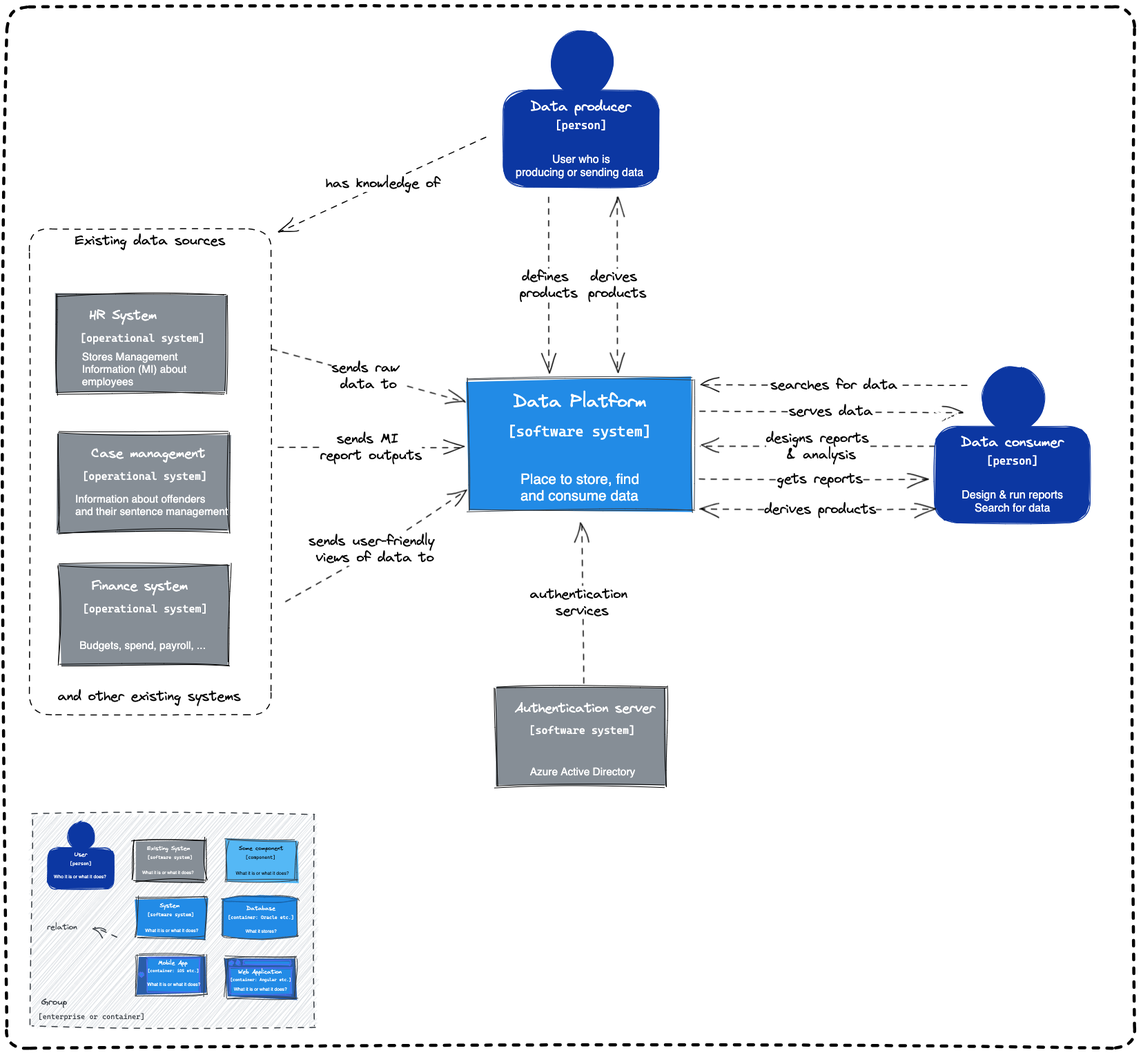
This is docs/source/documentation/diagrams/c4-model-level1.excalidraw.png from ministryofjustice/analytical-platform, a Excalidraw export, as it was before one commit. Source tidied: one line per element, renumbered; positions are measured from the earlier drawing's top-left corner, leaving out a move shared by most shapes.
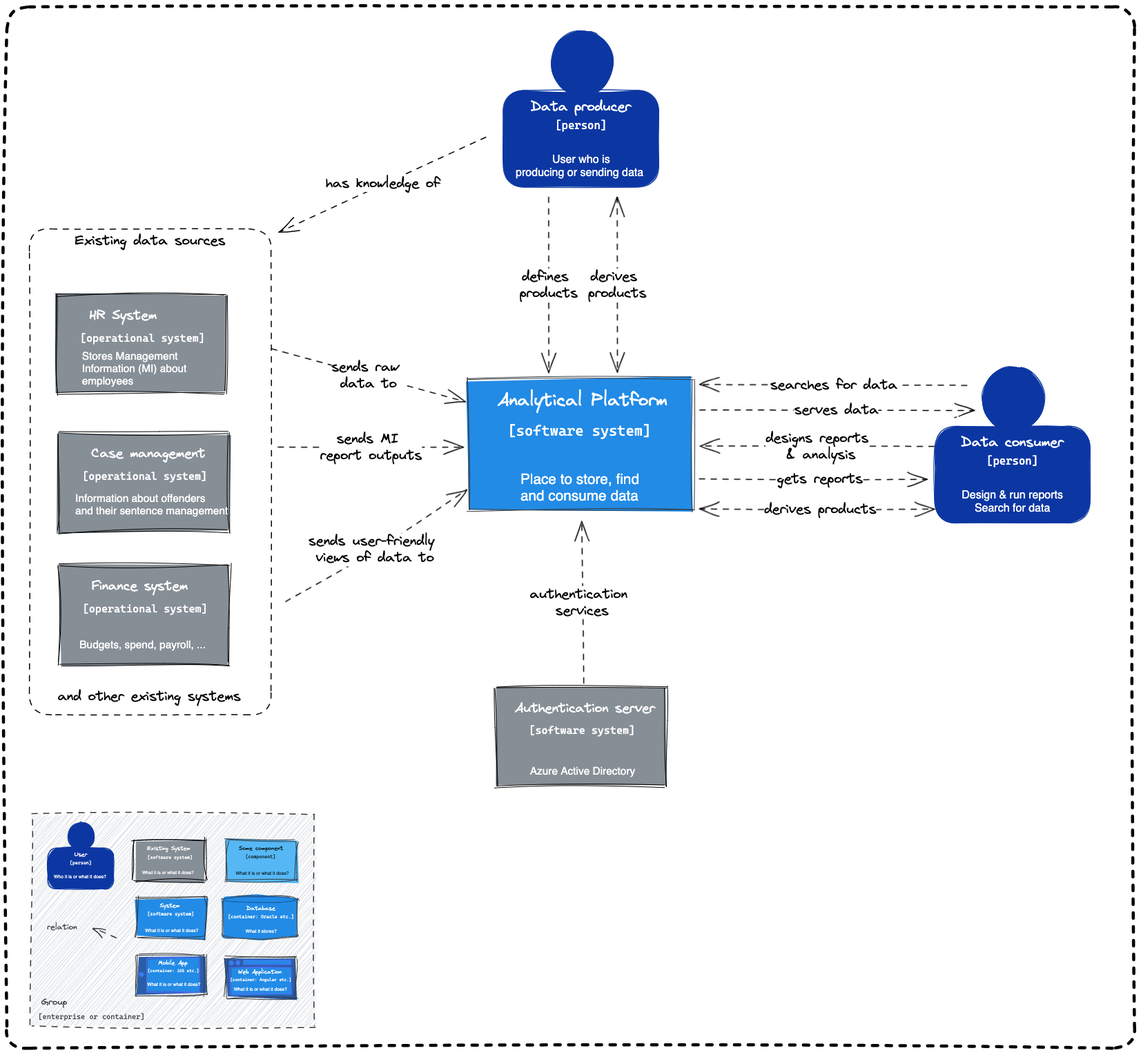
Later version of the same file.

Diff of the diagram source:
```diff
@@ -40,7 +40,7 @@
 {"id": 39, "type": "text", "text": "[person]", "strokeColor": "#fff", "backgroundColor": "#0c37a2", "fillStyle": "solid", "strokeWidth": 1, "roughness": 1, "fontSize": 6.78, "fontFamily": 3, "textAlign": "center", "x": 91, "y": 1236, "width": 32, "height": 8}
 {"id": 40, "type": "text", "text": "Who it is or what it does? ", "strokeColor": "#fff", "backgroundColor": "#0c37a2", "fillStyle": "solid", "strokeWidth": 1, "roughness": 1, "fontSize": 6.78, "fontFamily": 2, "textAlign": "center", "x": 68, "y": 1256, "width": 78, "height": 8}
 {"id": 41, "type": "rectangle", "strokeColor": "#343a40", "backgroundColor": "#228be6", "fillStyle": "solid", "strokeWidth": 1, "roughness": 2, "x": 669, "y": 539, "width": 326, "height": 190}
-{"id": 42, "type": "text", "text": "Data Platform", "strokeColor": "#fff", "backgroundColor": "#55b8f5", "fillStyle": "solid", "strokeWidth": 1, "roughness": 1, "fontSize": 25.95, "fontFamily": 1, "x": 734, "y": 557, "width": 193, "height": 30}
+{"id": 42, "type": "text", "text": "Analytical Platform", "strokeColor": "#fff", "backgroundColor": "#55b8f5", "fillStyle": "solid", "strokeWidth": 1, "roughness": 1, "fontSize": 25.95, "fontFamily": 1, "x": 711, "y": 555, "width": 246, "height": 30}
 {"id": 43, "type": "text", "text": "[software system]", "strokeColor": "#fff", "backgroundColor": "#55b8f5", "fillStyle": "solid", "strokeWidth": 1, "roughness": 1, "fontSize": 20.83, "fontFamily": 3, "textAlign": "center", "x": 726, "y": 602, "width": 207, "height": 24}
 {"id": 44, "type": "text", "text": "Place to store, find \nand consume data", "strokeColor": "#fff", "backgroundColor": "#55b8f5", "fillStyle": "solid", "strokeWidth": 1, "roughness": 1, "fontSize": 20.78, "fontFamily": 2, "x": 744, "y": 672, "width": 178, "height": 48}
 {"id": 45, "type": "rectangle", "strokeColor": "#000000", "backgroundColor": "#868e96", "fillStyle": "solid", "strokeWidth": 1, "roughness": 2, "x": 75, "y": 618, "width": 245, "height": 143}
@@ -48,7 +48,7 @@
 {"id": 47, "type": "text", "text": "[operational system]", "strokeColor": "#fff", "backgroundColor": "#55b8f5", "fillStyle": "solid", "strokeWidth": 1, "roughness": 1, "fontSize": 15.43, "fontFamily": 3, "textAlign": "center", "x": 109, "y": 670, "width": 181, "height": 18}
 {"id": 48, "type": "arrow", "strokeColor": "#000000", "strokeWidth": 1, "strokeStyle": "dashed", "roughness": 1, "endArrowhead": "arrow", "round": true, "from": 53, "to": 84, "x": 695, "y": 189, "width": 301, "height": 136, "points": [[0, 0], [-301, 136]]}
 {"id": 49, "type": "text", "text": "has knowledge of", "strokeColor": "#000000", "strokeWidth": 1, "strokeStyle": "dashed", "roughness": 1, "fontSize": 20, "fontFamily": 1, "textAlign": "center", "verticalAlign": "middle", "inside": 48, "x": 462, "y": 244, "width": 166, "height": 24}
-{"id": 50, "type": "arrow", "strokeColor": "#000000", "strokeWidth": 1, "strokeStyle": "dashed", "roughness": 1, "endArrowhead": "arrow", "round": true, "from": 53, "to": 41, "x": 785, "y": 276, "width": 0, "height": 255, "points": [[0, 0], [0, 255]]}
+{"id": 50, "type": "arrow", "strokeColor": "#000000", "strokeWidth": 1, "strokeStyle": "dashed", "roughness": 1, "endArrowhead": "arrow", "round": true, "from": 53, "to": 41, "x": 785, "y": 276, "width": 0, "height": 254, "points": [[0, 0], [0, 254]]}
 {"id": 51, "type": "text", "text": "defines \nproducts", "strokeColor": "#000000", "strokeWidth": 1, "strokeStyle": "dashed", "roughness": 1, "fontSize": 20, "fontFamily": 1, "textAlign": "center", "verticalAlign": "middle", "inside": 50, "x": 745, "y": 376, "width": 84, "height": 48}
 {"id": 52, "type": "ellipse", "strokeColor": "#0c37a2", "backgroundColor": "#0c37a2", "fillStyle": "solid", "strokeWidth": 1, "roughness": 1, "x": 788, "y": 34, "width": 90, "height": 95}
 {"id": 53, "type": "rectangle", "strokeColor": "#0c37a2", "backgroundColor": "#0c37a2", "fillStyle": "solid", "strokeWidth": 1, "roughness": 1, "round": true, "x": 719, "y": 121, "width": 225, "height": 140}
@@ -67,18 +67,18 @@
 {"id": 66, "type": "text", "text": "sends MI \nreport outputs", "strokeColor": "#000000", "strokeWidth": 1, "roughness": 1, "fontSize": 20, "fontFamily": 1, "textAlign": "center", "verticalAlign": "middle", "inside": 65, "x": 454, "y": 618, "width": 147, "height": 48}
 {"id": 67, "type": "arrow", "strokeColor": "#000000", "strokeWidth": 1, "strokeStyle": "dashed", "roughness": 1, "endArrowhead": "arrow", "round": true, "from": 84, "to": 41, "x": 404, "y": 861, "width": 260, "height": 162, "points": [[0, 0], [129, -75], [260, -162]]}
 {"id": 68, "type": "text", "text": "sends user-friendly \nviews of data to", "strokeColor": "#000000", "strokeWidth": 1, "roughness": 1, "fontSize": 20, "fontFamily": 1, "textAlign": "center", "verticalAlign": "middle", "inside": 67, "x": 432, "y": 765, "width": 192, "height": 48}
-{"id": 69, "type": "arrow", "strokeColor": "#000000", "strokeWidth": 1, "strokeStyle": "dashed", "roughness": 1, "endArrowhead": "arrow", "round": true, "from": 84, "to": 41, "x": 384, "y": 496, "width": 280, "height": 78, "points": [[0, 0], [280, 78]]}
+{"id": 69, "type": "arrow", "strokeColor": "#000000", "strokeWidth": 1, "strokeStyle": "dashed", "roughness": 1, "endArrowhead": "arrow", "round": true, "from": 84, "to": 41, "x": 384, "y": 495, "width": 280, "height": 78, "points": [[0, 0], [280, 78]]}
 {"id": 70, "type": "text", "text": "sends raw \ndata to", "strokeColor": "#000000", "strokeWidth": 1, "strokeStyle": "dashed", "roughness": 1, "fontSize": 20, "fontFamily": 1, "textAlign": "center", "verticalAlign": "middle", "inside": 69, "x": 470, "y": 511, "width": 107, "height": 48}
-{"id": 71, "type": "arrow", "strokeColor": "#000000", "strokeWidth": 1, "strokeStyle": "dashed", "roughness": 1, "endArrowhead": "arrow", "round": true, "from": 41, "to": 88, "x": 1004, "y": 586, "width": 380, "height": 0, "points": [[0, 0], [380, 0]]}
+{"id": 71, "type": "arrow", "strokeColor": "#000000", "strokeWidth": 1, "strokeStyle": "dashed", "roughness": 1, "endArrowhead": "arrow", "round": true, "from": 41, "to": 88, "x": 1004, "y": 585, "width": 396, "height": 1, "points": [[0, 0], [396, -1]]}
 {"id": 72, "type": "text", "text": "serves data", "strokeColor": "#000000", "strokeWidth": 1, "strokeStyle": "dashed", "roughness": 1, "fontSize": 20, "fontFamily": 1, "textAlign": "center", "verticalAlign": "middle", "inside": 71, "x": 1133, "y": 574, "width": 122, "height": 24}
 {"id": 73, "type": "text", "text": "Information about offenders \nand their sentence management", "strokeColor": "#fff", "backgroundColor": "#55b8f5", "fillStyle": "solid", "strokeWidth": 1, "roughness": 1, "fontSize": 15.43, "fontFamily": 2, "x": 99, "y": 703, "width": 221, "height": 36}
-{"id": 74, "type": "arrow", "strokeColor": "#000000", "strokeWidth": 1, "strokeStyle": "dashed", "roughness": 1, "endArrowhead": "arrow", "round": true, "from": 88, "to": 41, "x": 1344, "y": 637, "width": 339, "height": 0, "points": [[0, 0], [-339, 0]]}
+{"id": 74, "type": "arrow", "strokeColor": "#000000", "strokeWidth": 1, "strokeStyle": "dashed", "roughness": 1, "endArrowhead": "arrow", "round": true, "from": 88, "to": 41, "x": 1343, "y": 637, "width": 338, "height": 0, "points": [[0, 0], [-338, 0]]}
 {"id": 75, "type": "text", "text": "designs reports\n & analysis", "strokeColor": "#000000", "strokeWidth": 1, "strokeStyle": "dashed", "roughness": 1, "fontSize": 20, "fontFamily": 1, "textAlign": "center", "verticalAlign": "middle", "inside": 74, "x": 1100, "y": 613, "width": 149, "height": 48}
 {"id": 76, "type": "arrow", "strokeColor": "#000000", "strokeWidth": 1, "strokeStyle": "dashed", "roughness": 1, "endArrowhead": "arrow", "round": true, "from": 41, "to": 88, "x": 1003, "y": 684, "width": 331, "height": 1, "points": [[0, 0], [175, 1], [331, 1]]}
 {"id": 77, "type": "text", "text": "gets reports", "strokeColor": "#000000", "strokeWidth": 1, "strokeStyle": "dashed", "roughness": 1, "fontSize": 20, "fontFamily": 1, "textAlign": "center", "verticalAlign": "middle", "inside": 76, "x": 1116, "y": 672, "width": 124, "height": 24}
 {"id": 78, "type": "arrow", "strokeColor": "#000000", "strokeWidth": 1, "strokeStyle": "dashed", "roughness": 1, "endArrowhead": "arrow", "round": true, "to": 41, "x": 1392, "y": 548, "width": 388, "height": 0, "points": [[0, 0], [-388, 0]]}
 {"id": 79, "type": "text", "text": "searches for data", "strokeColor": "#000000", "strokeWidth": 1, "strokeStyle": "dashed", "roughness": 1, "fontSize": 20, "fontFamily": 1, "textAlign": "center", "verticalAlign": "middle", "inside": 78, "x": 1092, "y": 536, "width": 184, "height": 24}
-{"id": 80, "type": "arrow", "strokeColor": "#000000", "backgroundColor": "#ced4da", "fillStyle": "hachure", "strokeWidth": 1, "strokeStyle": "dashed", "roughness": 1, "endArrowhead": "arrow", "round": true, "from": 92, "to": 41, "x": 835, "y": 980, "width": 3, "height": 234, "points": [[0, 0], [-3, -234]]}
+{"id": 80, "type": "arrow", "strokeColor": "#000000", "backgroundColor": "#ced4da", "fillStyle": "hachure", "strokeWidth": 1, "strokeStyle": "dashed", "roughness": 1, "endArrowhead": "arrow", "round": true, "from": 92, "to": 41, "x": 835, "y": 980, "width": 3, "height": 235, "points": [[0, 0], [-3, -235]]}
 {"id": 81, "type": "text", "text": "authentication \nservices", "strokeColor": "#000000", "strokeWidth": 1, "roughness": 1, "fontSize": 20, "fontFamily": 1, "textAlign": "center", "verticalAlign": "middle", "inside": 80, "x": 758, "y": 839, "width": 151, "height": 48}
 {"id": 82, "type": "rectangle", "strokeColor": "#000000", "strokeWidth": 4, "strokeStyle": "dashed", "roughness": 2, "round": true, "x": 0, "y": 0, "width": 1634, "height": 1508}
 {"id": 83, "type": "text", "text": "Data consumer", "strokeColor": "#fff", "backgroundColor": "#0c37a2", "fillStyle": "solid", "strokeWidth": 1, "roughness": 1, "fontSize": 20, "fontFamily": 1, "textAlign": "center", "x": 1344, "y": 583, "width": 148, "height": 24}
```
